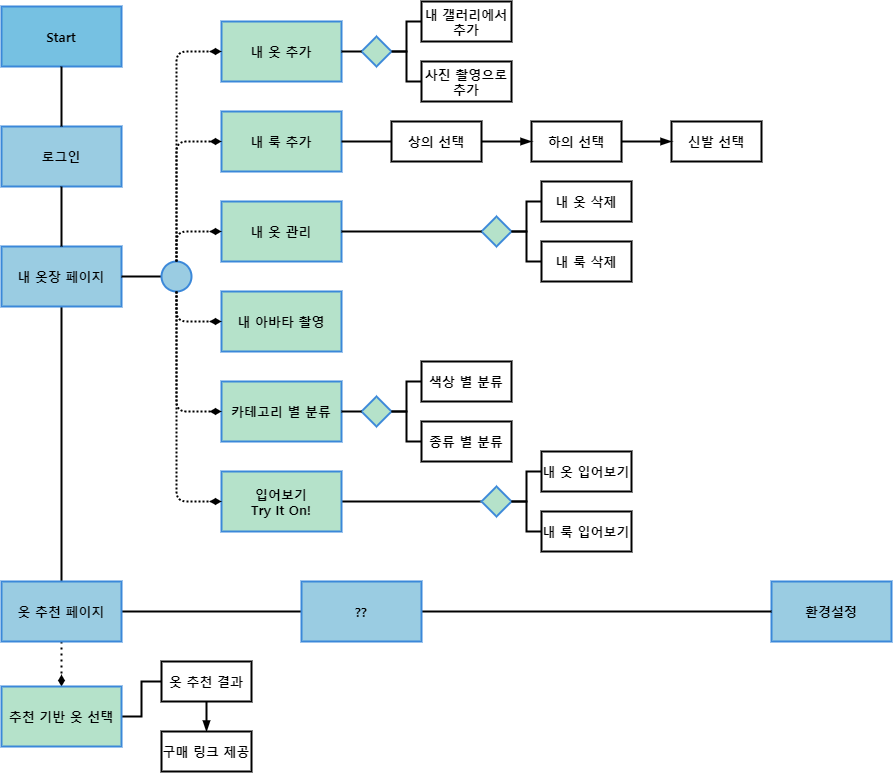
Earlier version of the draw.io export document/img/diagrams/AppFlowDiagram.png (lani009/Ajou-capstone-Fashion-AI). Source tidied: cells renumbered, new cells last; positions are measured from the earlier drawing's top-left corner, leaving out a move shared by most shapes.
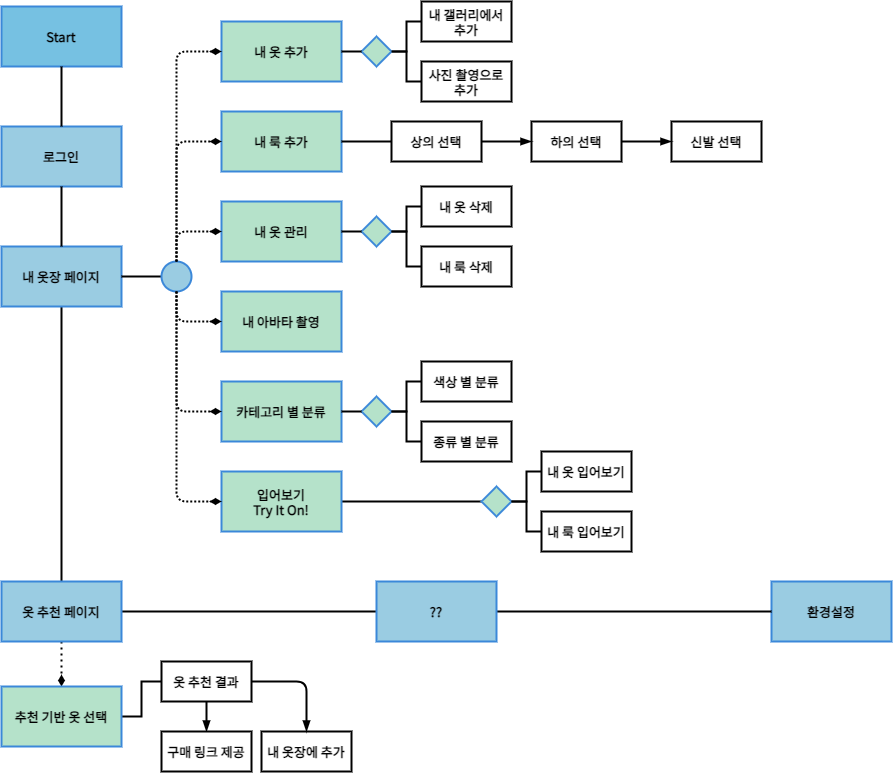
Later version of the same file.

Commit message:
modify: app flow diagram

The edit, as a diff of the source:
```diff
@@ -1,2 +1,2 @@
-<mxGraphModel background="#FFFFFF">
+<mxGraphModel>
   <root>
@@ -25,5 +25,5 @@
     </mxCell>
-    <mxCell id="9" style="edgeStyle=orthogonalEdgeStyle;rounded=1;jettySize=auto;html=1;exitX=1;exitY=0.5;exitDx=0;exitDy=0;entryX=0;entryY=0.5;entryDx=0;entryDy=0;endArrow=none;endFill=0;strokeColor=#000000;strokeWidth=2;fontFamily=Noto Sans KR;fontSource=https%3A%2F%2Ffonts.googleapis.com%2Fcss%3Ffamily%3DNoto%2BSans%2BKR;fontSize=13;fontColor=#000000;" parent="1" edge="1" source="10" target="55">
-      <mxGeometry relative="1" as="geometry" />
-    </mxCell>
+    <mxCell id="63" style="edgeStyle=orthogonalEdgeStyle;rounded=1;jettySize=auto;html=1;exitX=1;exitY=0.5;exitDx=0;exitDy=0;entryX=0;entryY=0.5;entryDx=0;entryDy=0;endArrow=none;endFill=0;strokeColor=#000000;strokeWidth=2;fontFamily=Noto Sans KR;fontSource=https%3A%2F%2Ffonts.googleapis.com%2Fcss%3Ffamily%3DNoto%2BSans%2BKR;fontSize=13;fontColor=#000000;" parent="1" edge="1" source="10" target="83">
+      <mxGeometry relative="1" as="geometry" />
+    </mxCell>
     <mxCell id="10" value="입어보기&lt;br&gt;Try It On!" style="rounded=0;whiteSpace=wrap;html=1;strokeWidth=2;strokeColor=#3B88D9;fontStyle=1;fontColor=#000000;fontSize=13;fontFamily=Noto Sans KR;fontSource=https%3A%2F%2Ffonts.googleapis.com%2Fcss%3Ffamily%3DNoto%2BSans%2BKR;fillColor=#B5E2CA;" parent="1" vertex="1">
@@ -40,23 +40,23 @@
     </mxCell>
-    <mxCell id="14" style="endArrow=none;html=1;fontSize=13;fontColor=#000000;strokeColor=#000000;strokeWidth=2;entryX=1;entryY=0.5;entryDx=0;entryDy=0;exitX=0;exitY=0.5;exitDx=0;exitDy=0;" parent="1" edge="1" source="15" target="5">
-      <mxGeometry relative="1" as="geometry" />
-    </mxCell>
-    <mxCell id="15" style="ellipse;whiteSpace=wrap;html=1;strokeColor=#3B88D9;strokeWidth=2;fillColor=#9ACCE2;gradientColor=none;fontSize=13;fontColor=#000000;" parent="1" vertex="1">
-      <mxGeometry x="160" y="260" width="30" height="30" as="geometry" />
-    </mxCell>
-    <mxCell id="16" style="endArrow=diamondThin;html=1;strokeWidth=2;fontSize=13;fontColor=#000000;strokeColor=#000000;edgeStyle=orthogonalEdgeStyle;endFill=1;exitX=0.5;exitY=0;exitDx=0;exitDy=0;entryX=0;entryY=0.5;entryDx=0;entryDy=0;dashed=1;dashPattern=1 1;rounded=1;" parent="1" edge="1" source="15" target="6">
-      <mxGeometry relative="1" as="geometry" />
-    </mxCell>
-    <mxCell id="17" style="endArrow=diamondThin;html=1;strokeWidth=2;fontSize=13;fontColor=#000000;strokeColor=#000000;edgeStyle=orthogonalEdgeStyle;endFill=1;exitX=0.5;exitY=0;exitDx=0;exitDy=0;entryX=0;entryY=0.5;entryDx=0;entryDy=0;dashed=1;dashPattern=1 1;rounded=1;" parent="1" edge="1" source="15" target="7">
-      <mxGeometry relative="1" as="geometry" />
-    </mxCell>
-    <mxCell id="18" style="endArrow=diamondThin;html=1;strokeWidth=2;fontSize=13;fontColor=#000000;strokeColor=#000000;edgeStyle=orthogonalEdgeStyle;endFill=1;exitX=0.5;exitY=1;exitDx=0;exitDy=0;entryX=0;entryY=0.5;entryDx=0;entryDy=0;dashed=1;dashPattern=1 1;rounded=1;" parent="1" edge="1" source="15" target="11">
-      <mxGeometry relative="1" as="geometry" />
-    </mxCell>
-    <mxCell id="19" style="endArrow=diamondThin;html=1;strokeWidth=2;fontSize=13;fontColor=#000000;strokeColor=#000000;edgeStyle=orthogonalEdgeStyle;endFill=1;exitX=0.5;exitY=1;exitDx=0;exitDy=0;entryX=0;entryY=0.5;entryDx=0;entryDy=0;dashed=1;dashPattern=1 1;rounded=1;" parent="1" edge="1" source="15" target="8">
-      <mxGeometry relative="1" as="geometry" />
-    </mxCell>
-    <mxCell id="20" style="endArrow=diamondThin;html=1;strokeWidth=2;fontSize=13;fontColor=#000000;strokeColor=#000000;edgeStyle=orthogonalEdgeStyle;endFill=1;exitX=0.5;exitY=1;exitDx=0;exitDy=0;entryX=0;entryY=0.5;entryDx=0;entryDy=0;dashed=1;dashPattern=1 1;rounded=1;" parent="1" edge="1" source="15" target="10">
-      <mxGeometry relative="1" as="geometry" />
-    </mxCell>
+    <mxCell id="64" style="endArrow=none;html=1;fontSize=13;fontColor=#000000;strokeColor=#000000;strokeWidth=2;entryX=1;entryY=0.5;entryDx=0;entryDy=0;exitX=0;exitY=0.5;exitDx=0;exitDy=0;" parent="1" edge="1" source="65" target="5">
+      <mxGeometry relative="1" as="geometry" />
+    </mxCell>
+    <mxCell id="65" style="ellipse;whiteSpace=wrap;html=1;strokeColor=#3B88D9;strokeWidth=2;fillColor=#9ACCE2;gradientColor=none;fontSize=13;fontColor=#000000;" parent="1" vertex="1">
+      <mxGeometry x="160" y="260" width="30" height="30" as="geometry" />
+    </mxCell>
+    <mxCell id="66" style="endArrow=diamondThin;html=1;strokeWidth=2;fontSize=13;fontColor=#000000;strokeColor=#000000;edgeStyle=orthogonalEdgeStyle;endFill=1;exitX=0.5;exitY=0;exitDx=0;exitDy=0;entryX=0;entryY=0.5;entryDx=0;entryDy=0;dashed=1;dashPattern=1 1;rounded=1;" parent="1" edge="1" source="65" target="6">
+      <mxGeometry relative="1" as="geometry" />
+    </mxCell>
+    <mxCell id="67" style="endArrow=diamondThin;html=1;strokeWidth=2;fontSize=13;fontColor=#000000;strokeColor=#000000;edgeStyle=orthogonalEdgeStyle;endFill=1;exitX=0.5;exitY=0;exitDx=0;exitDy=0;entryX=0;entryY=0.5;entryDx=0;entryDy=0;dashed=1;dashPattern=1 1;rounded=1;" parent="1" edge="1" source="65" target="7">
+      <mxGeometry relative="1" as="geometry" />
+    </mxCell>
+    <mxCell id="68" style="endArrow=diamondThin;html=1;strokeWidth=2;fontSize=13;fontColor=#000000;strokeColor=#000000;edgeStyle=orthogonalEdgeStyle;endFill=1;exitX=0.5;exitY=1;exitDx=0;exitDy=0;entryX=0;entryY=0.5;entryDx=0;entryDy=0;dashed=1;dashPattern=1 1;rounded=1;" parent="1" edge="1" source="65" target="11">
+      <mxGeometry relative="1" as="geometry" />
+    </mxCell>
+    <mxCell id="69" style="endArrow=diamondThin;html=1;strokeWidth=2;fontSize=13;fontColor=#000000;strokeColor=#000000;edgeStyle=orthogonalEdgeStyle;endFill=1;exitX=0.5;exitY=1;exitDx=0;exitDy=0;entryX=0;entryY=0.5;entryDx=0;entryDy=0;dashed=1;dashPattern=1 1;rounded=1;" parent="1" edge="1" source="65" target="8">
+      <mxGeometry relative="1" as="geometry" />
+    </mxCell>
+    <mxCell id="70" style="endArrow=diamondThin;html=1;strokeWidth=2;fontSize=13;fontColor=#000000;strokeColor=#000000;edgeStyle=orthogonalEdgeStyle;endFill=1;exitX=0.5;exitY=1;exitDx=0;exitDy=0;entryX=0;entryY=0.5;entryDx=0;entryDy=0;dashed=1;dashPattern=1 1;rounded=1;" parent="1" edge="1" source="65" target="10">
+      <mxGeometry relative="1" as="geometry" />
+    </mxCell>
     <mxCell id="21" value="내 갤러리에서&lt;br&gt;추가" style="rounded=0;whiteSpace=wrap;html=1;strokeWidth=2;fontStyle=1;fontColor=#000000;fontSize=13;fontFamily=Noto Sans KR;fontSource=https%3A%2F%2Ffonts.googleapis.com%2Fcss%3Ffamily%3DNoto%2BSans%2BKR;fillColor=#FFFFFF;strokeColor=#000000;" parent="1" vertex="1">
@@ -64,23 +64,23 @@
     </mxCell>
-    <mxCell id="22" style="rhombus;whiteSpace=wrap;html=1;strokeColor=#3B88D9;strokeWidth=2;fillColor=#B5E2CA;gradientColor=none;fontSize=13;fontColor=#000000;" parent="1" vertex="1">
-      <mxGeometry x="480" y="215" width="30" height="30" as="geometry" />
-    </mxCell>
-    <mxCell id="23" style="endArrow=none;html=1;strokeColor=#000000;strokeWidth=2;fontSize=13;fontColor=#000000;exitX=1;exitY=0.5;exitDx=0;exitDy=0;entryX=0;entryY=0.5;entryDx=0;entryDy=0;edgeStyle=orthogonalEdgeStyle;rounded=0;" parent="1" edge="1" source="27" target="21">
-      <mxGeometry relative="1" as="geometry" />
-    </mxCell>
-    <mxCell id="24" style="endArrow=none;html=1;strokeColor=#000000;strokeWidth=2;fontSize=13;fontColor=#000000;exitX=1;exitY=0.5;exitDx=0;exitDy=0;entryX=0;entryY=0.5;entryDx=0;entryDy=0;" parent="1" edge="1" source="7" target="22">
-      <mxGeometry relative="1" as="geometry" />
-    </mxCell>
+    <mxCell id="71" style="rhombus;whiteSpace=wrap;html=1;strokeColor=#3B88D9;strokeWidth=2;fillColor=#B5E2CA;gradientColor=none;fontSize=13;fontColor=#000000;" parent="1" vertex="1">
+      <mxGeometry x="360" y="215" width="30" height="30" as="geometry" />
+    </mxCell>
+    <mxCell id="72" style="endArrow=none;html=1;strokeColor=#000000;strokeWidth=2;fontSize=13;fontColor=#000000;exitX=1;exitY=0.5;exitDx=0;exitDy=0;entryX=0;entryY=0.5;entryDx=0;entryDy=0;edgeStyle=orthogonalEdgeStyle;rounded=0;" parent="1" edge="1" source="74" target="21">
+      <mxGeometry relative="1" as="geometry" />
+    </mxCell>
+    <mxCell id="73" style="endArrow=none;html=1;strokeColor=#000000;strokeWidth=2;fontSize=13;fontColor=#000000;exitX=1;exitY=0.5;exitDx=0;exitDy=0;entryX=0;entryY=0.5;entryDx=0;entryDy=0;" parent="1" edge="1" source="7" target="71">
+      <mxGeometry relative="1" as="geometry" />
+    </mxCell>
     <mxCell id="25" value="내 옷 삭제" style="rounded=0;whiteSpace=wrap;html=1;strokeWidth=2;strokeColor=#000000;fontStyle=1;fontColor=#000000;fontSize=13;fontFamily=Noto Sans KR;fontSource=https%3A%2F%2Ffonts.googleapis.com%2Fcss%3Ffamily%3DNoto%2BSans%2BKR;fillColor=#FFFFFF;" parent="1" vertex="1">
-      <mxGeometry x="540" y="180" width="90" height="40" as="geometry" />
+      <mxGeometry x="420" y="185" width="90" height="40" as="geometry" />
     </mxCell>
     <mxCell id="26" value="내 룩 삭제" style="rounded=0;whiteSpace=wrap;html=1;strokeWidth=2;strokeColor=#000000;fontStyle=1;fontColor=#000000;fontSize=13;fontFamily=Noto Sans KR;fontSource=https%3A%2F%2Ffonts.googleapis.com%2Fcss%3Ffamily%3DNoto%2BSans%2BKR;fillColor=#FFFFFF;" parent="1" vertex="1">
-      <mxGeometry x="540" y="240" width="90" height="40" as="geometry" />
+      <mxGeometry x="420" y="245" width="90" height="40" as="geometry" />
     </mxCell>
-    <mxCell id="27" style="rhombus;whiteSpace=wrap;html=1;strokeColor=#3B88D9;strokeWidth=2;fillColor=#B5E2CA;gradientColor=none;fontSize=13;fontColor=#000000;" parent="1" vertex="1">
-      <mxGeometry x="360" y="35" width="30" height="30" as="geometry" />
-    </mxCell>
-    <mxCell id="28" style="endArrow=none;html=1;strokeColor=#000000;strokeWidth=2;fontSize=13;fontColor=#000000;exitX=1;exitY=0.5;exitDx=0;exitDy=0;entryX=0;entryY=0.5;entryDx=0;entryDy=0;" parent="1" edge="1" source="6" target="27">
-      <mxGeometry relative="1" as="geometry" />
-    </mxCell>
+    <mxCell id="74" style="rhombus;whiteSpace=wrap;html=1;strokeColor=#3B88D9;strokeWidth=2;fillColor=#B5E2CA;gradientColor=none;fontSize=13;fontColor=#000000;" parent="1" vertex="1">
+      <mxGeometry x="360" y="35" width="30" height="30" as="geometry" />
+    </mxCell>
+    <mxCell id="75" style="endArrow=none;html=1;strokeColor=#000000;strokeWidth=2;fontSize=13;fontColor=#000000;exitX=1;exitY=0.5;exitDx=0;exitDy=0;entryX=0;entryY=0.5;entryDx=0;entryDy=0;" parent="1" edge="1" source="6" target="74">
+      <mxGeometry relative="1" as="geometry" />
+    </mxCell>
     <mxCell id="29" value="사진 촬영으로&lt;br&gt;추가" style="rounded=0;whiteSpace=wrap;html=1;strokeWidth=2;strokeColor=#000000;fontStyle=1;fontColor=#000000;fontSize=13;fontFamily=Noto Sans KR;fontSource=https%3A%2F%2Ffonts.googleapis.com%2Fcss%3Ffamily%3DNoto%2BSans%2BKR;fillColor=#FFFFFF;" parent="1" vertex="1">
@@ -88,17 +88,17 @@
     </mxCell>
-    <mxCell id="30" style="endArrow=none;html=1;strokeColor=#000000;strokeWidth=2;fontSize=13;fontColor=#000000;exitX=1;exitY=0.5;exitDx=0;exitDy=0;entryX=0;entryY=0.5;entryDx=0;entryDy=0;edgeStyle=orthogonalEdgeStyle;rounded=0;" parent="1" edge="1" source="27" target="29">
-      <mxGeometry relative="1" as="geometry" />
-    </mxCell>
-    <mxCell id="31" style="endArrow=none;html=1;strokeColor=#000000;strokeWidth=2;fontSize=13;fontColor=#000000;entryX=0;entryY=0.5;entryDx=0;entryDy=0;edgeStyle=orthogonalEdgeStyle;exitX=1;exitY=0.5;exitDx=0;exitDy=0;rounded=0;" parent="1" edge="1" source="22" target="25">
-      <mxGeometry relative="1" as="geometry" />
-    </mxCell>
-    <mxCell id="32" style="endArrow=none;html=1;strokeColor=#000000;strokeWidth=2;fontSize=13;fontColor=#000000;exitX=1;exitY=0.5;exitDx=0;exitDy=0;entryX=0;entryY=0.5;entryDx=0;entryDy=0;edgeStyle=orthogonalEdgeStyle;rounded=0;" parent="1" edge="1" source="22" target="26">
-      <mxGeometry relative="1" as="geometry" />
-    </mxCell>
-    <mxCell id="33" style="rhombus;whiteSpace=wrap;html=1;strokeColor=#3B88D9;strokeWidth=2;fillColor=#B5E2CA;gradientColor=none;fontSize=13;fontColor=#000000;" parent="1" vertex="1">
-      <mxGeometry x="360" y="395" width="30" height="30" as="geometry" />
-    </mxCell>
-    <mxCell id="34" style="endArrow=none;html=1;strokeColor=#000000;strokeWidth=2;fontSize=13;fontColor=#000000;exitX=1;exitY=0.5;exitDx=0;exitDy=0;entryX=0;entryY=0.5;entryDx=0;entryDy=0;" parent="1" edge="1" source="8" target="33">
-      <mxGeometry relative="1" as="geometry" />
-    </mxCell>
+    <mxCell id="76" style="endArrow=none;html=1;strokeColor=#000000;strokeWidth=2;fontSize=13;fontColor=#000000;exitX=1;exitY=0.5;exitDx=0;exitDy=0;entryX=0;entryY=0.5;entryDx=0;entryDy=0;edgeStyle=orthogonalEdgeStyle;rounded=0;" parent="1" edge="1" source="74" target="29">
+      <mxGeometry relative="1" as="geometry" />
+    </mxCell>
+    <mxCell id="77" style="endArrow=none;html=1;strokeColor=#000000;strokeWidth=2;fontSize=13;fontColor=#000000;entryX=0;entryY=0.5;entryDx=0;entryDy=0;edgeStyle=orthogonalEdgeStyle;exitX=1;exitY=0.5;exitDx=0;exitDy=0;rounded=0;" parent="1" edge="1" source="71" target="25">
+      <mxGeometry relative="1" as="geometry" />
+    </mxCell>
+    <mxCell id="78" style="endArrow=none;html=1;strokeColor=#000000;strokeWidth=2;fontSize=13;fontColor=#000000;exitX=1;exitY=0.5;exitDx=0;exitDy=0;entryX=0;entryY=0.5;entryDx=0;entryDy=0;edgeStyle=orthogonalEdgeStyle;rounded=0;" parent="1" edge="1" source="71" target="26">
+      <mxGeometry relative="1" as="geometry" />
+    </mxCell>
+    <mxCell id="79" style="rhombus;whiteSpace=wrap;html=1;strokeColor=#3B88D9;strokeWidth=2;fillColor=#B5E2CA;gradientColor=none;fontSize=13;fontColor=#000000;" parent="1" vertex="1">
+      <mxGeometry x="360" y="395" width="30" height="30" as="geometry" />
+    </mxCell>
+    <mxCell id="80" style="endArrow=none;html=1;strokeColor=#000000;strokeWidth=2;fontSize=13;fontColor=#000000;exitX=1;exitY=0.5;exitDx=0;exitDy=0;entryX=0;entryY=0.5;entryDx=0;entryDy=0;" parent="1" edge="1" source="8" target="79">
+      <mxGeometry relative="1" as="geometry" />
+    </mxCell>
     <mxCell id="35" value="색상 별 분류" style="rounded=0;whiteSpace=wrap;html=1;strokeWidth=2;strokeColor=#000000;fontStyle=1;fontColor=#000000;fontSize=13;fontFamily=Noto Sans KR;fontSource=https%3A%2F%2Ffonts.googleapis.com%2Fcss%3Ffamily%3DNoto%2BSans%2BKR;fillColor=#FFFFFF;" parent="1" vertex="1">
@@ -109,8 +109,8 @@
     </mxCell>
-    <mxCell id="37" style="endArrow=none;html=1;strokeColor=#000000;strokeWidth=2;fontSize=13;fontColor=#000000;entryX=0;entryY=0.5;entryDx=0;entryDy=0;edgeStyle=orthogonalEdgeStyle;exitX=1;exitY=0.5;exitDx=0;exitDy=0;rounded=0;" parent="1" edge="1" source="33" target="35">
-      <mxGeometry relative="1" as="geometry" />
-    </mxCell>
-    <mxCell id="38" style="endArrow=none;html=1;strokeColor=#000000;strokeWidth=2;fontSize=13;fontColor=#000000;exitX=1;exitY=0.5;exitDx=0;exitDy=0;entryX=0;entryY=0.5;entryDx=0;entryDy=0;edgeStyle=orthogonalEdgeStyle;rounded=0;" parent="1" edge="1" source="33" target="36">
-      <mxGeometry relative="1" as="geometry" />
-    </mxCell>
+    <mxCell id="81" style="endArrow=none;html=1;strokeColor=#000000;strokeWidth=2;fontSize=13;fontColor=#000000;entryX=0;entryY=0.5;entryDx=0;entryDy=0;edgeStyle=orthogonalEdgeStyle;exitX=1;exitY=0.5;exitDx=0;exitDy=0;rounded=0;" parent="1" edge="1" source="79" target="35">
+      <mxGeometry relative="1" as="geometry" />
+    </mxCell>
+    <mxCell id="82" style="endArrow=none;html=1;strokeColor=#000000;strokeWidth=2;fontSize=13;fontColor=#000000;exitX=1;exitY=0.5;exitDx=0;exitDy=0;entryX=0;entryY=0.5;entryDx=0;entryDy=0;edgeStyle=orthogonalEdgeStyle;rounded=0;" parent="1" edge="1" source="79" target="36">
+      <mxGeometry relative="1" as="geometry" />
+    </mxCell>
     <mxCell id="39" style="edgeStyle=orthogonalEdgeStyle;rounded=0;jettySize=auto;html=1;exitX=0.5;exitY=1;exitDx=0;exitDy=0;entryX=0.5;entryY=0;entryDx=0;entryDy=0;endArrow=diamondThin;endFill=1;strokeColor=#000000;strokeWidth=2;fontFamily=Noto Sans KR;fontSource=https%3A%2F%2Ffonts.googleapis.com%2Fcss%3Ffamily%3DNoto%2BSans%2BKR;fontSize=13;fontColor=#000000;dashed=1;dashPattern=1 2;" parent="1" edge="1" source="41" target="43">
@@ -163,11 +163,11 @@
     </mxCell>
-    <mxCell id="55" style="rhombus;whiteSpace=wrap;html=1;strokeColor=#3B88D9;strokeWidth=2;fillColor=#B5E2CA;gradientColor=none;fontSize=13;fontColor=#000000;" parent="1" vertex="1">
-      <mxGeometry x="480" y="485" width="30" height="30" as="geometry" />
-    </mxCell>
-    <mxCell id="56" style="endArrow=none;html=1;strokeColor=#000000;strokeWidth=2;fontSize=13;fontColor=#000000;entryX=0;entryY=0.5;entryDx=0;entryDy=0;edgeStyle=orthogonalEdgeStyle;exitX=1;exitY=0.5;exitDx=0;exitDy=0;rounded=0;" parent="1" edge="1" source="55" target="58">
-      <mxGeometry relative="1" as="geometry" />
-    </mxCell>
-    <mxCell id="57" style="endArrow=none;html=1;strokeColor=#000000;strokeWidth=2;fontSize=13;fontColor=#000000;exitX=1;exitY=0.5;exitDx=0;exitDy=0;entryX=0;entryY=0.5;entryDx=0;entryDy=0;edgeStyle=orthogonalEdgeStyle;rounded=0;" parent="1" edge="1" source="55" target="59">
-      <mxGeometry relative="1" as="geometry" />
-    </mxCell>
+    <mxCell id="83" style="rhombus;whiteSpace=wrap;html=1;strokeColor=#3B88D9;strokeWidth=2;fillColor=#B5E2CA;gradientColor=none;fontSize=13;fontColor=#000000;" parent="1" vertex="1">
+      <mxGeometry x="480" y="485" width="30" height="30" as="geometry" />
+    </mxCell>
+    <mxCell id="84" style="endArrow=none;html=1;strokeColor=#000000;strokeWidth=2;fontSize=13;fontColor=#000000;entryX=0;entryY=0.5;entryDx=0;entryDy=0;edgeStyle=orthogonalEdgeStyle;exitX=1;exitY=0.5;exitDx=0;exitDy=0;rounded=0;" parent="1" edge="1" source="83" target="58">
+      <mxGeometry relative="1" as="geometry" />
+    </mxCell>
+    <mxCell id="85" style="endArrow=none;html=1;strokeColor=#000000;strokeWidth=2;fontSize=13;fontColor=#000000;exitX=1;exitY=0.5;exitDx=0;exitDy=0;entryX=0;entryY=0.5;entryDx=0;entryDy=0;edgeStyle=orthogonalEdgeStyle;rounded=0;" parent="1" edge="1" source="83" target="59">
+      <mxGeometry relative="1" as="geometry" />
+    </mxCell>
     <mxCell id="58" value="내 옷 입어보기" style="rounded=0;whiteSpace=wrap;html=1;strokeWidth=2;strokeColor=#000000;fontStyle=1;fontColor=#000000;fontSize=13;fontFamily=Noto Sans KR;fontSource=https%3A%2F%2Ffonts.googleapis.com%2Fcss%3Ffamily%3DNoto%2BSans%2BKR;fillColor=#FFFFFF;" parent="1" vertex="1">
@@ -178,5 +178,5 @@
     </mxCell>
-    <mxCell id="60" style="endArrow=diamondThin;html=1;strokeWidth=2;fontSize=13;fontColor=#000000;strokeColor=#000000;edgeStyle=orthogonalEdgeStyle;endFill=1;exitX=0.5;exitY=0;exitDx=0;exitDy=0;entryX=0;entryY=0.5;entryDx=0;entryDy=0;dashed=1;dashPattern=1 1;rounded=1;" parent="1" edge="1" source="15" target="48">
-      <mxGeometry relative="1" as="geometry" />
-    </mxCell>
+    <mxCell id="86" style="endArrow=diamondThin;html=1;strokeWidth=2;fontSize=13;fontColor=#000000;strokeColor=#000000;edgeStyle=orthogonalEdgeStyle;endFill=1;exitX=0.5;exitY=0;exitDx=0;exitDy=0;entryX=0;entryY=0.5;entryDx=0;entryDy=0;dashed=1;dashPattern=1 1;rounded=1;" parent="1" edge="1" source="65" target="48">
+      <mxGeometry relative="1" as="geometry" />
+    </mxCell>
     <mxCell id="61" style="edgeStyle=orthogonalEdgeStyle;rounded=1;jettySize=auto;html=1;exitX=1;exitY=0.5;exitDx=0;exitDy=0;entryX=0;entryY=0.5;entryDx=0;entryDy=0;endArrow=none;endFill=0;strokeColor=#000000;strokeWidth=2;fontFamily=Noto Sans KR;fontSource=https%3A%2F%2Ffonts.googleapis.com%2Fcss%3Ffamily%3DNoto%2BSans%2BKR;fontSize=13;fontColor=#000000;" parent="1" edge="1" source="62" target="47">
@@ -185,4 +185,10 @@
     <mxCell id="62" value="??" style="rounded=0;whiteSpace=wrap;html=1;fillColor=#9ACCE2;strokeWidth=2;strokeColor=#3B88D9;fontStyle=1;fontColor=#000000;fontSize=13;fontFamily=Noto Sans KR;fontSource=https%3A%2F%2Ffonts.googleapis.com%2Fcss%3Ffamily%3DNoto%2BSans%2BKR;" parent="1" vertex="1">
-      <mxGeometry x="300" y="580" width="120" height="60" as="geometry" />
+      <mxGeometry x="375" y="580" width="120" height="60" as="geometry" />
     </mxCell>
+    <mxCell id="87" value="내 옷장에 추가" style="rounded=0;whiteSpace=wrap;html=1;strokeWidth=2;strokeColor=#000000;fontStyle=1;fontColor=#000000;fontSize=13;fontFamily=Noto Sans KR;fontSource=https%3A%2F%2Ffonts.googleapis.com%2Fcss%3Ffamily%3DNoto%2BSans%2BKR;fillColor=#FFFFFF;" parent="1" vertex="1">
+      <mxGeometry x="260" y="730" width="90" height="40" as="geometry" />
+    </mxCell>
+    <mxCell id="88" style="edgeStyle=orthogonalEdgeStyle;rounded=1;jettySize=auto;html=1;exitX=1;exitY=0.5;exitDx=0;exitDy=0;entryX=0.5;entryY=0;entryDx=0;entryDy=0;endArrow=blockThin;endFill=1;strokeColor=#000000;strokeWidth=2;fontFamily=Noto Sans KR;fontSource=https%3A%2F%2Ffonts.googleapis.com%2Fcss%3Ffamily%3DNoto%2BSans%2BKR;fontSize=13;fontColor=#000000;" parent="1" edge="1" source="45" target="87">
+      <mxGeometry relative="1" as="geometry" />
+    </mxCell>
   </root>
```
